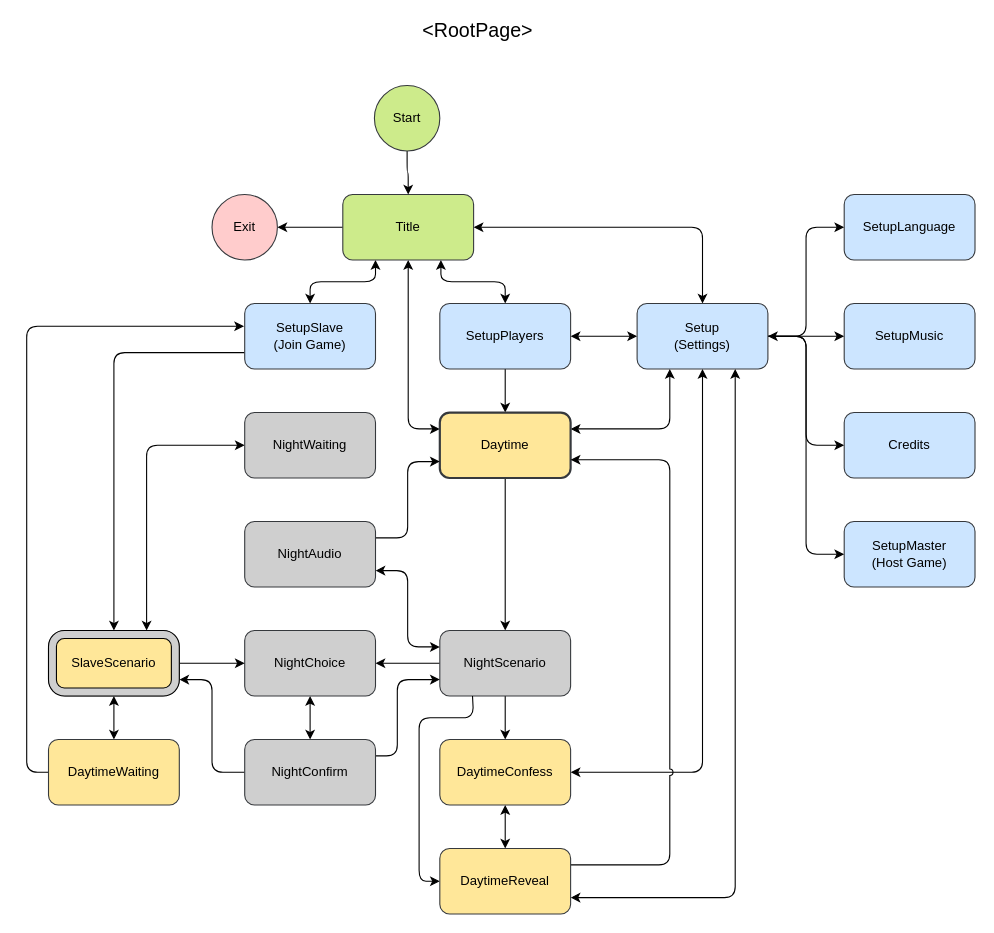
Earlier version of the draw.io diagram doc/Salem1692Moderator.drawio (ruittenb/salem-1692). Source tidied: cells renumbered, new cells numbered last; positions are measured from the earlier drawing's top-left corner, leaving out a move shared by most shapes. Both pictures are drawn from the tidied source at 109%, with x=0, y=0 at pixel (48, 20).
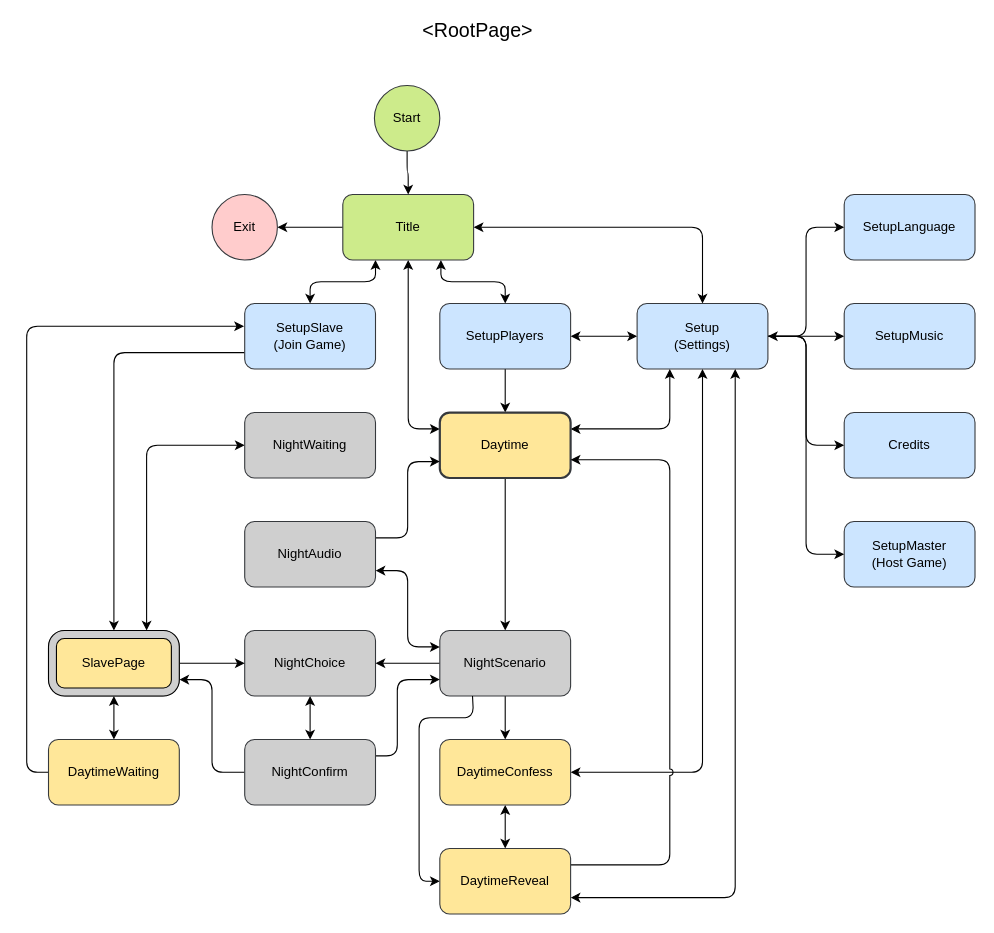
The same page after the edit.

Commit message (it also covers changes not shown here):
Split off SlavePage; added saving nrWitches to database

The edit, as a diff of the source:
```diff
@@
-    <mxCell id="50" value="SlaveScenario" style="whiteSpace=wrap;html=1;fillColor=#FFE799;strokeColor=#666666;gradientDirection=north;rounded=1;arcSize=26;" parent="1" vertex="1">
+    <mxCell id="50" value="SlavePage" style="whiteSpace=wrap;html=1;fillColor=#FFE799;strokeColor=#666666;gradientDirection=north;rounded=1;arcSize=26;" parent="1" vertex="1">
       <mxGeometry y="560" width="120" height="60" as="geometry" />
     </mxCell>
```
